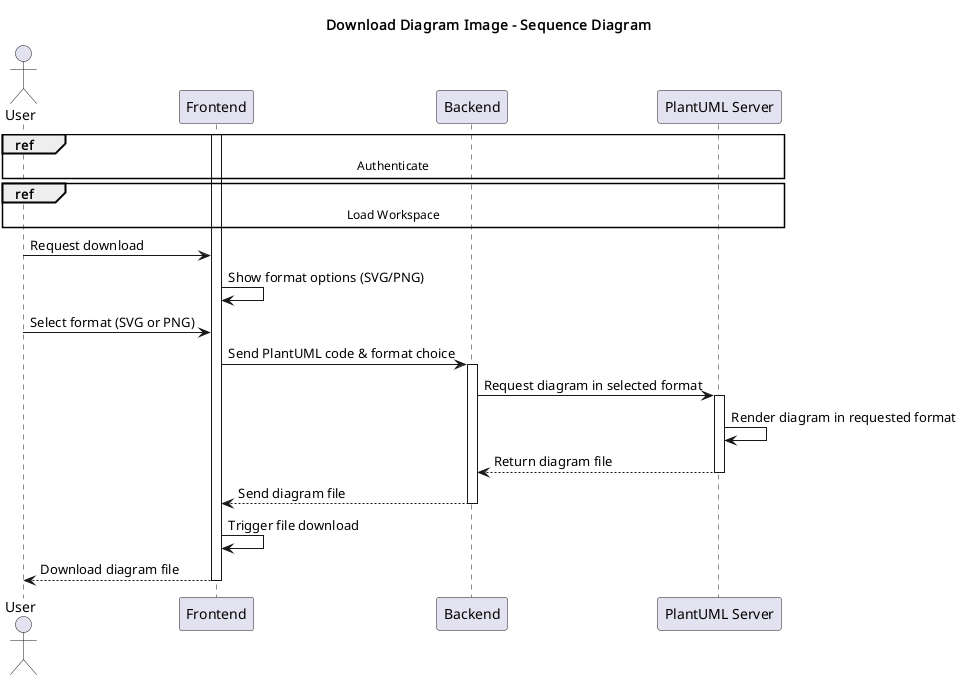
Earlier version of the PlantUML export conception/SprintIV/sequence_diagrams/sequence_workspaceManagement_4_5_DownloadDiagramImages.png (souhaib-askri/report_pfe).
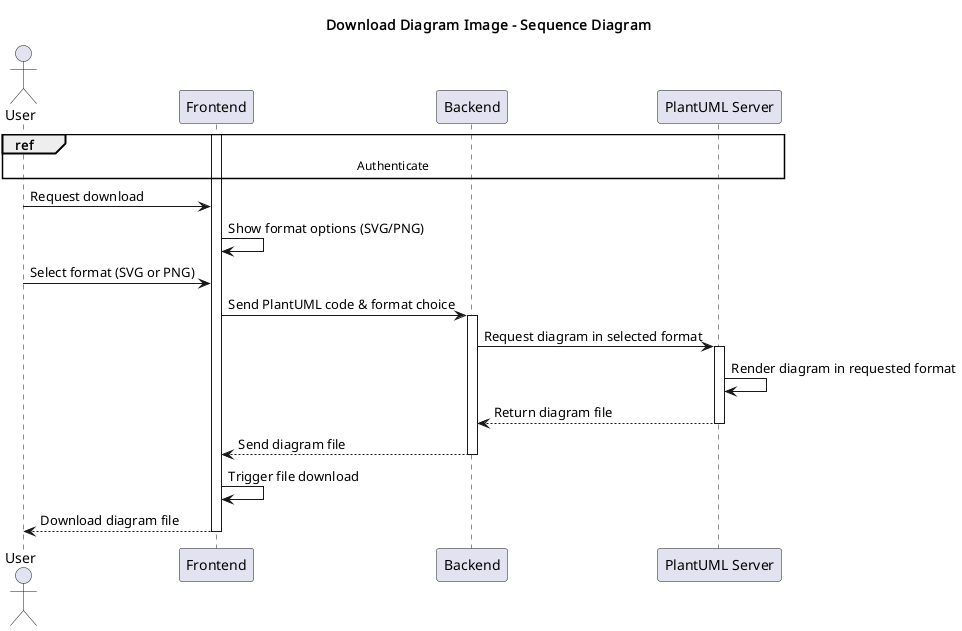
Above is the later version.

Diff of the diagram source:
```diff
@@ -8,7 +8,7 @@
 
 ref over User, PlantUML: Authenticate
 
-ref over User, PlantUML: Load Workspace
+
 
 activate Frontend
 
```
